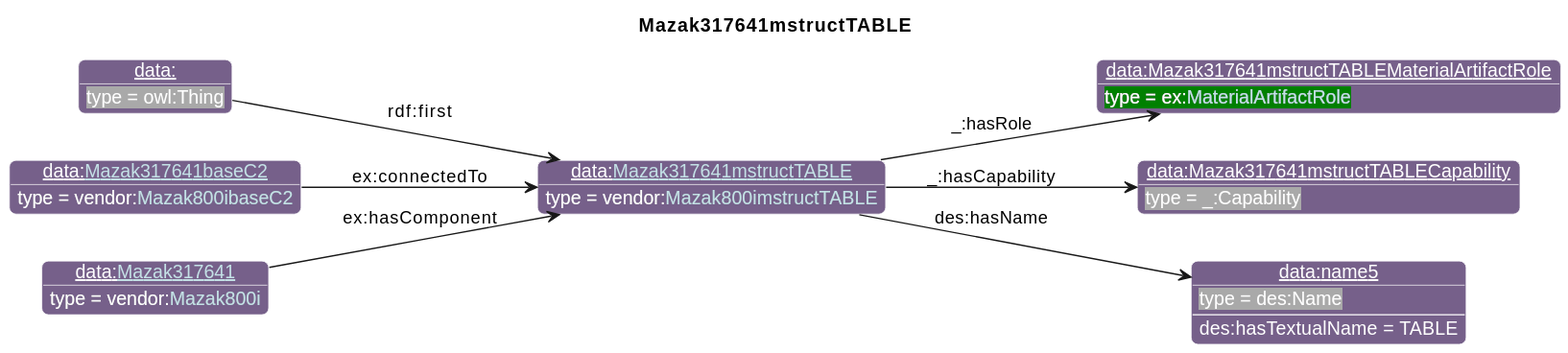
Above: diagrams/Mazak317641mstructTABLE.svg in iofoundry/example-syseng-mtconnect (PlantUML), before the change.
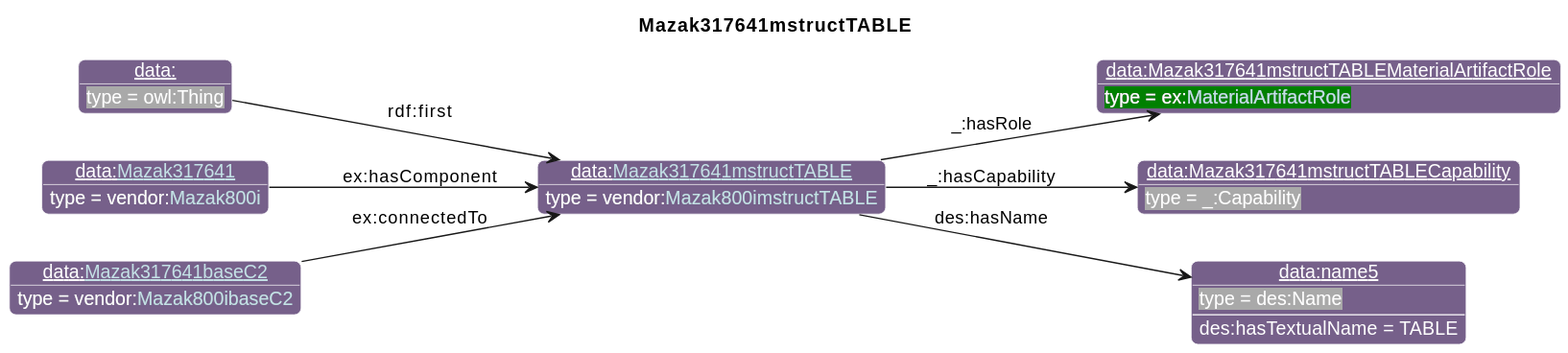
The same file after the commit.

Change to the diagram source:
```diff
@@ -30,13 +30,13 @@
 individual(o2, data:Mazak317641mstructTABLECapability, _:Capability)
 individual(o3, data:name5, des:Name)
 individual(o4, data:, owl:Thing)
-individual(o5, data:[[./Mazak317641baseC2.html Mazak317641baseC2]], vendor:[[../Mazak.html#Mazak800ibaseC2 Mazak800ibaseC2]])
-individual(o6, data:[[./Mazak317641.html Mazak317641]], vendor:[[../Mazak.html#Mazak800i Mazak800i]])
+individual(o5, data:[[./Mazak317641.html Mazak317641]], vendor:[[../Mazak.html#Mazak800i Mazak800i]])
+individual(o6, data:[[./Mazak317641baseC2.html Mazak317641baseC2]], vendor:[[../Mazak.html#Mazak800ibaseC2 Mazak800ibaseC2]])
 property(o0, "_:hasRole", o1)
 property(o0, "_:hasCapability", o2)
 property(o0, "des:hasName", o3)
 data(o3, "des:hasTextualName", "TABLE")
 property(o4, "rdf:first", o0)
-property(o5, "ex:connectedTo", o0)
-property(o6, "ex:hasComponent", o0)
+property(o5, "ex:hasComponent", o0)
+property(o6, "ex:connectedTo", o0)
 @enduml
```
